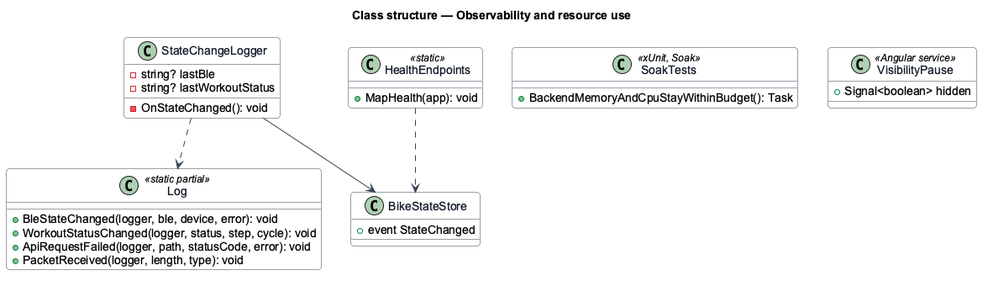
The PlantUML diagram docs/detailed-designs/platform/observability-and-resources/diagrams/class-structure.png in QuinntyneBrown/ride-one, before a commit. Source of this version:
```plantuml
@startuml
skinparam backgroundColor #FFFFFF
skinparam shadowing false
skinparam roundcorner 8
skinparam defaultFontName Arial
skinparam ArrowColor #344054
skinparam class {
  BorderColor #344054
  FontColor #101828
  BackgroundColor #F9FAFB
}
title Class structure — Observability and resource use

class Log <<static partial>> {
  +BleStateChanged(logger, ble, device, error): void
  +WorkoutStatusChanged(logger, status, step, cycle): void
  +ApiRequestFailed(logger, path, statusCode, error): void
  +PacketReceived(logger, length, type): void
}
class StateChangeLogger {
  -string? lastBle
  -string? lastWorkoutStatus
  -OnStateChanged(): void
}
class HealthEndpoints <<static>> {
  +MapHealth(app): void
}
class SoakTests <<xUnit, Soak>> {
  +BackendMemoryAndCpuStayWithinBudget(): Task
}
class VisibilityPause <<Angular service>> {
  +Signal<boolean> hidden
}
class BikeStateStore {
  +event StateChanged
}

StateChangeLogger --> BikeStateStore
StateChangeLogger ..> Log
HealthEndpoints ..> BikeStateStore
@enduml
```
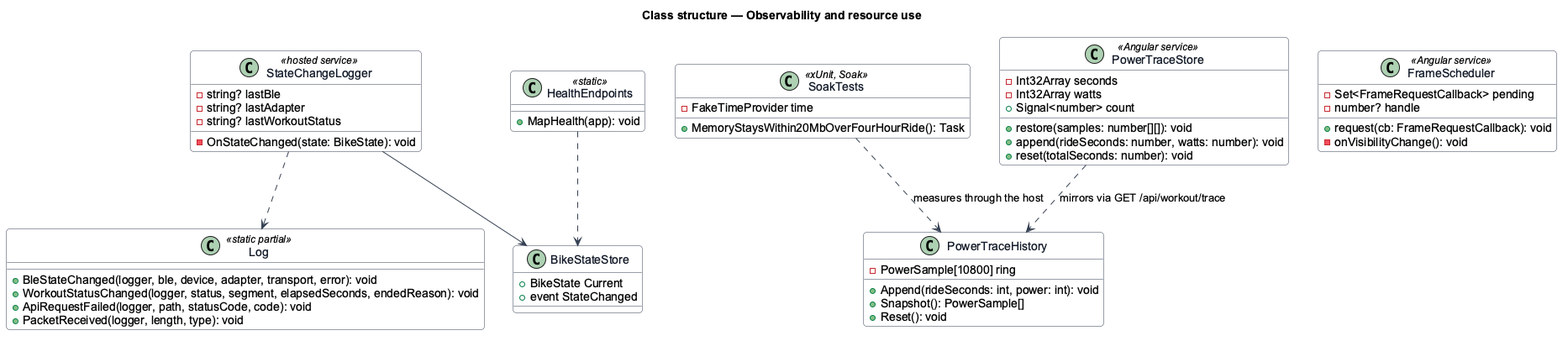
Later version of the same file.

Diff of the diagram source:
```diff
@@ -12,30 +12,52 @@
 title Class structure — Observability and resource use
 
 class Log <<static partial>> {
-  +BleStateChanged(logger, ble, device, error): void
-  +WorkoutStatusChanged(logger, status, step, cycle): void
-  +ApiRequestFailed(logger, path, statusCode, error): void
+  +BleStateChanged(logger, ble, device, adapter, transport, error): void
+  +WorkoutStatusChanged(logger, status, segment, elapsedSeconds, endedReason): void
+  +ApiRequestFailed(logger, path, statusCode, code): void
   +PacketReceived(logger, length, type): void
 }
-class StateChangeLogger {
+class StateChangeLogger <<hosted service>> {
   -string? lastBle
+  -string? lastAdapter
   -string? lastWorkoutStatus
-  -OnStateChanged(): void
+  -OnStateChanged(state: BikeState): void
 }
 class HealthEndpoints <<static>> {
   +MapHealth(app): void
 }
+class BikeStateStore {
+  +BikeState Current
+  +event StateChanged
+}
+class PowerTraceHistory {
+  -PowerSample[10800] ring
+  +Append(rideSeconds: int, power: int): void
+  +Snapshot(): PowerSample[]
+  +Reset(): void
+}
 class SoakTests <<xUnit, Soak>> {
-  +BackendMemoryAndCpuStayWithinBudget(): Task
+  -FakeTimeProvider time
+  +MemoryStaysWithin20MbOverFourHourRide(): Task
 }
-class VisibilityPause <<Angular service>> {
-  +Signal<boolean> hidden
+class FrameScheduler <<Angular service>> {
+  -Set<FrameRequestCallback> pending
+  -number? handle
+  +request(cb: FrameRequestCallback): void
+  -onVisibilityChange(): void
 }
-class BikeStateStore {
-  +event StateChanged
+class PowerTraceStore <<Angular service>> {
+  -Int32Array seconds
+  -Int32Array watts
+  +Signal<number> count
+  +restore(samples: number[][]): void
+  +append(rideSeconds: number, watts: number): void
+  +reset(totalSeconds: number): void
 }
 
 StateChangeLogger --> BikeStateStore
 StateChangeLogger ..> Log
 HealthEndpoints ..> BikeStateStore
+SoakTests ..> PowerTraceHistory : measures through the host
+PowerTraceStore ..> PowerTraceHistory : mirrors via GET /api/workout/trace
 @enduml
```
